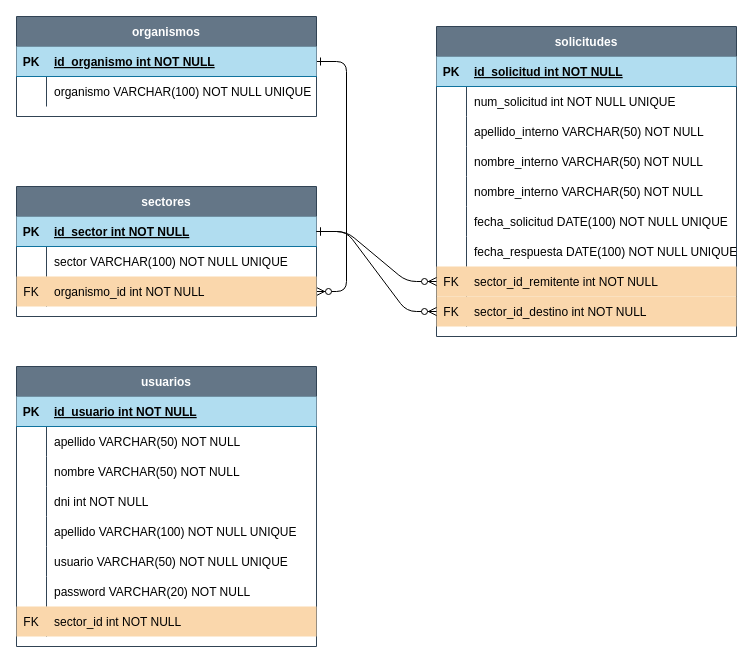
Before: juzgado_spps_solicitudes.drawio in sppsprogramacion/EER_juzgado_spps_solicitudes, a draw.io diagram. Source tidied: cells renumbered, new cells numbered last; positions are measured from the earlier drawing's top-left corner, leaving out a move shared by most shapes. Both pictures are drawn from the tidied source at 100%, with x=0, y=0 at pixel (16, 16).
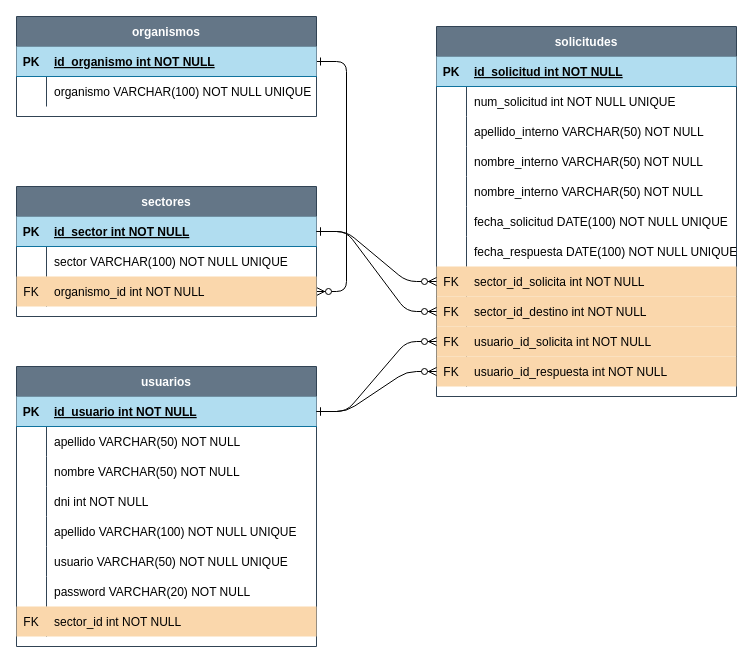
The same diagram, later.

Unchanged cells that the change refers to:
```xml
<mxCell id="42" style="shape=partialRectangle;fillColor=#fad7ac;points=[[0,0.5],[1,0.5]];portConstraint=eastwest;top=0;left=0;right=0;bottom=0;strokeColor=#b46504;" parent="20" vertex="1">
  <mxGeometry y="240" width="300" height="30" as="geometry" />
</mxCell>
<mxCell id="51" style="shape=partialRectangle;fillColor=#b1ddf0;points=[[0,0.5],[1,0.5]];portConstraint=eastwest;top=0;left=0;right=0;bottom=1;strokeColor=#10739e;" parent="50" vertex="1">
  <mxGeometry y="30" width="300" height="30" as="geometry" />
</mxCell>
```

Change to the diagram source:
```diff
@@
     <mxCell id="20" value="solicitudes" style="shape=table;startSize=30;childLayout=tableLayout;rowLines=0;fontStyle=1;align=center;fillColor=#647687;strokeColor=#314354;fontColor=#ffffff;" parent="1" vertex="1">
-      <mxGeometry x="420" y="10" width="300" height="310" as="geometry" />
+      <mxGeometry x="420" y="10" width="300" height="370" as="geometry" />
     </mxCell>
@@
-    <mxCell id="44" value="sector_id_remitente int NOT NULL" style="shape=partialRectangle;overflow=hidden;fillColor=none;top=0;left=0;bottom=0;right=0;align=left;spacingLeft=6;" parent="42" vertex="1">
+    <mxCell id="44" value="sector_id_solicita int NOT NULL" style="shape=partialRectangle;overflow=hidden;fillColor=none;top=0;left=0;bottom=0;right=0;align=left;spacingLeft=6;" parent="42" vertex="1">
       <mxGeometry x="30" width="270" height="30" as="geometry" />
     </mxCell>
@@
+    <mxCell id="75" style="shape=partialRectangle;fillColor=#fad7ac;points=[[0,0.5],[1,0.5]];portConstraint=eastwest;top=0;left=0;right=0;bottom=0;strokeColor=#b46504;" parent="20" vertex="1">
+      <mxGeometry y="300" width="300" height="30" as="geometry" />
+    </mxCell>
+    <mxCell id="76" value="FK" style="shape=partialRectangle;overflow=hidden;fillColor=none;top=0;left=0;bottom=0;right=0;" parent="75" vertex="1">
+      <mxGeometry width="30" height="30" as="geometry" />
+    </mxCell>
+    <mxCell id="77" value="usuario_id_solicita int NOT NULL" style="shape=partialRectangle;overflow=hidden;fillColor=none;top=0;left=0;bottom=0;right=0;align=left;spacingLeft=6;" parent="75" vertex="1">
+      <mxGeometry x="30" width="270" height="30" as="geometry" />
+    </mxCell>
+    <mxCell id="78" style="shape=partialRectangle;fillColor=#fad7ac;points=[[0,0.5],[1,0.5]];portConstraint=eastwest;top=0;left=0;right=0;bottom=0;strokeColor=#b46504;" parent="20" vertex="1">
+      <mxGeometry y="330" width="300" height="30" as="geometry" />
+    </mxCell>
+    <mxCell id="79" value="FK" style="shape=partialRectangle;overflow=hidden;fillColor=none;top=0;left=0;bottom=0;right=0;" parent="78" vertex="1">
+      <mxGeometry width="30" height="30" as="geometry" />
+    </mxCell>
+    <mxCell id="80" value="usuario_id_respuesta int NOT NULL" style="shape=partialRectangle;overflow=hidden;fillColor=none;top=0;left=0;bottom=0;right=0;align=left;spacingLeft=6;" parent="78" vertex="1">
+      <mxGeometry x="30" width="270" height="30" as="geometry" />
+    </mxCell>
@@
+    <mxCell id="81" style="edgeStyle=entityRelationEdgeStyle;endArrow=ERzeroToMany;startArrow=ERone;endFill=1;startFill=0;exitX=1;exitY=0.5;exitDx=0;exitDy=0;entryX=0;entryY=0.5;entryDx=0;entryDy=0;" parent="1" edge="1" source="51" target="75">
+      <mxGeometry relative="1" as="geometry" />
+    </mxCell>
+    <mxCell id="82" style="edgeStyle=entityRelationEdgeStyle;endArrow=ERzeroToMany;startArrow=ERone;endFill=1;startFill=0;exitX=1;exitY=0.5;exitDx=0;exitDy=0;entryX=0;entryY=0.5;entryDx=0;entryDy=0;" parent="1" edge="1" source="51" target="78">
+      <mxGeometry relative="1" as="geometry" />
+    </mxCell>
```
